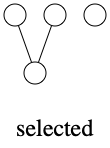
Before: hw1-bundle/selected.png, a diagram exported from Graphviz (udothemath/cs224w_graph). Its source is kept beside it as hw1-bundle/selected.dot.
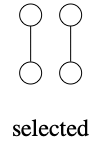
After the commit.

What changed in the source:
```diff
@@ -9,8 +9,7 @@
   1 ;
   2 ;
   3 ;
-  0 -- 3;
-1;
-  2 -- 3;
+  0 -- 2;
+  1 -- 3;
   label = "\nselected\n";  fontsize=24;
 }
```
